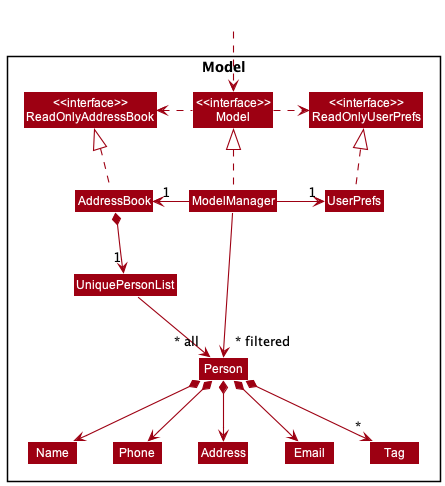
The PlantUML diagram docs/images/ModelClassDiagram.png in nus-cs2103-AY2223S1/tp, before a commit.
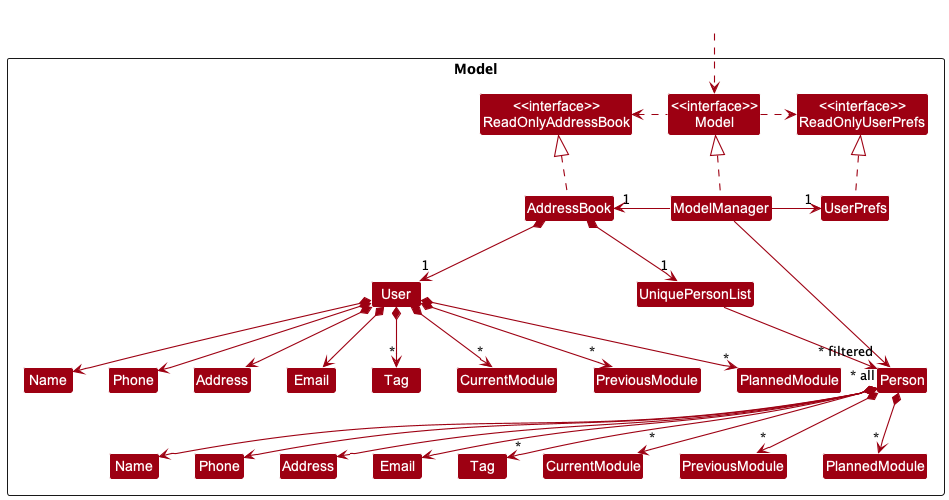
After the commit.

Commit message:
Update DG: Model UML to include Module and Module Class writeup

Diff of the diagram source:
```diff
@@ -14,12 +14,24 @@
 
 Class UniquePersonList
 Class Person
-Class Address
-Class Email
-Class Name
-Class Phone
-Class Tag
+Class "Name" as PersonName
+Class "Name" as UserName
+Class "Tag" as PersonTag
+Class "Tag" as UserTag
+Class "Email" as PersonEmail
+Class "Email" as UserEmail
+Class "Phone" as PersonPhone
+Class "Phone" as UserPhone
+Class "Address" as PersonAddress
+Class "Address" as UserAddress
+Class "CurrentModule" as PersonCurrentModule
+Class "CurrentModule" as UserCurrentModule
+Class "PreviousModule" as PersonPreviousModule
+Class "PreviousModule" as UserPreviousModule
+Class "PlannedModule" as PersonPlannedModule
+Class "PlannedModule" as UserPlannedModule
 
+Class User
 }
 
 Class HiddenOutside #FFFFFF
@@ -35,16 +47,33 @@
 UserPrefs .up.|> ReadOnlyUserPrefs
 
 AddressBook *--> "1" UniquePersonList
+AddressBook *--> "1" User
 UniquePersonList --> "~* all" Person
-Person *--> Name
-Person *--> Phone
-Person *--> Email
-Person *--> Address
-Person *--> "*" Tag
+Person *--> PersonName
+Person *--> PersonPhone
+Person *--> PersonEmail
+Person *--> PersonAddress
+Person *--> "*" PersonTag
+Person *--> "*" PersonCurrentModule
+Person *--> "*" PersonPlannedModule
+Person *--> "*" PersonPreviousModule
 
-Name -[hidden]right-> Phone
-Phone -[hidden]right-> Address
-Address -[hidden]right-> Email
+PersonName -[hidden]right-> PersonPhone
+PersonPhone -[hidden]right-> PersonAddress
+PersonAddress -[hidden]right-> PersonEmail
+
+User *--> UserName
+User *--> UserPhone
+User *--> UserEmail
+User *--> UserAddress
+User *--> "*" UserTag
+User *--> "*" UserCurrentModule
+User *--> "*" UserPlannedModule
+User *--> "*" UserPreviousModule
+
+UserName -[hidden]right-> UserPhone
+UserPhone -[hidden]right-> UserAddress
+UserAddress -[hidden]right-> UserEmail
 
 ModelManager -->"~* filtered" Person
 @enduml
```
